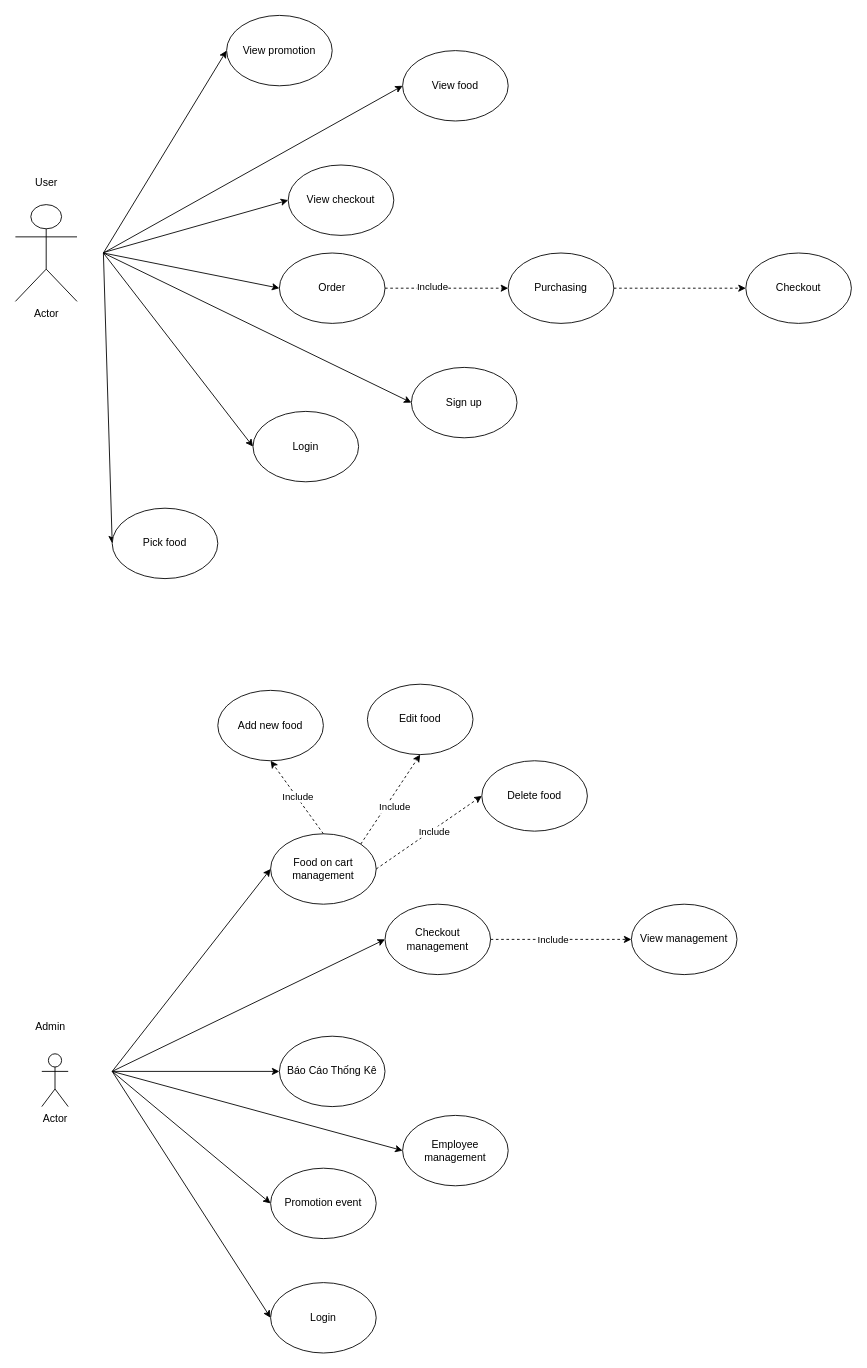
Earlier version of the draw.io diagram Untitled Diagram.drawio (tan0976861/PRN292). Source tidied: cells renumbered, new cells numbered last; positions are measured from the earlier drawing's top-left corner, leaving out a move shared by most shapes. Both pictures are drawn from the tidied source at 88%, with x=0, y=0 at pixel (15, 15).
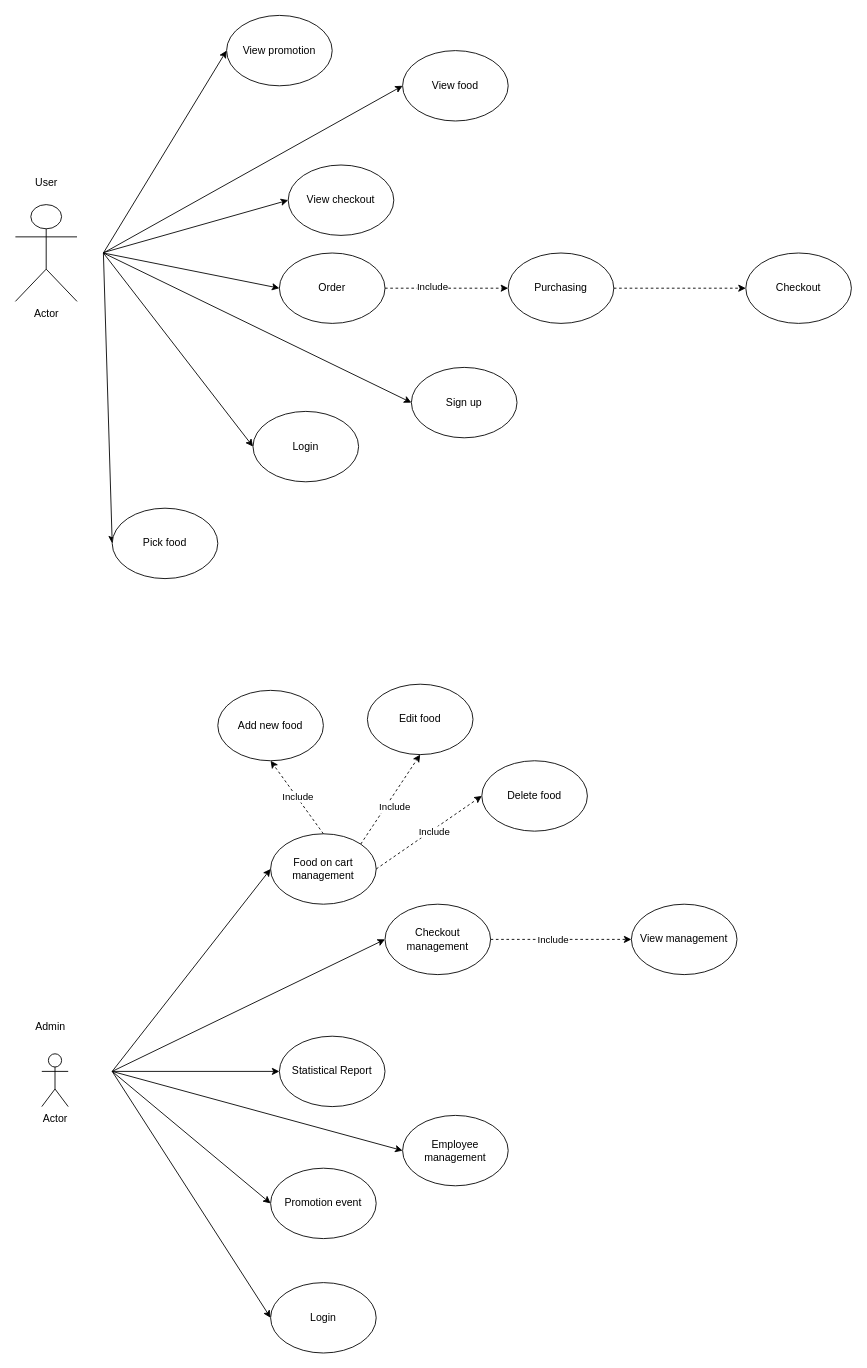
Above is the later version.

Diff of the diagram source:
```diff
@@
-    <mxCell id="23" value="Báo Cáo Thống Kê" style="ellipse;whiteSpace=wrap;html=1;" parent="1" vertex="1">
+    <mxCell id="23" value="Statistical Report" style="ellipse;whiteSpace=wrap;html=1;" parent="1" vertex="1">
       <mxGeometry x="300" y="1160" width="120" height="80" as="geometry" />
     </mxCell>
```
